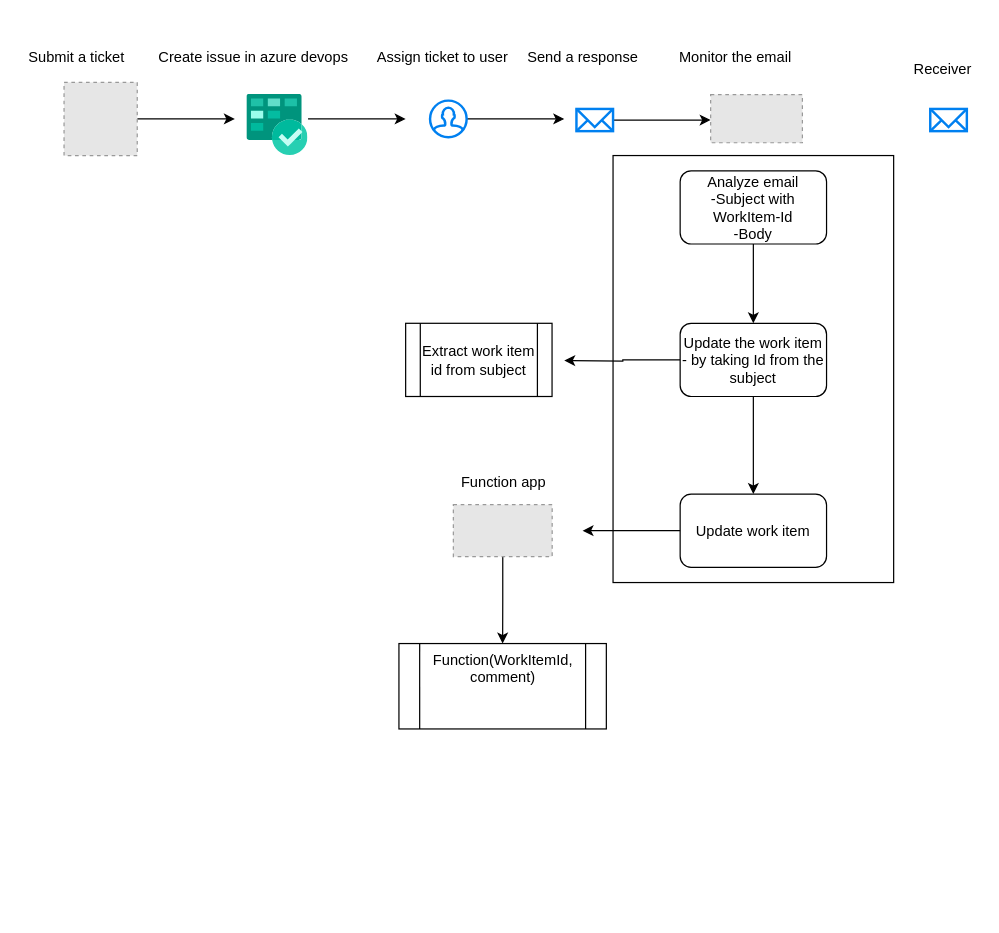
The draw.io diagram Docs/Untitled Diagram.drawio in aksh-h/Diagrams, before the edit. Source tidied: cells renumbered, new cells numbered last; positions are measured from the earlier drawing's top-left corner, leaving out a move shared by most shapes. Both pictures are drawn from the tidied source at 122%, with x=0, y=0 at pixel (21, 45). Pictures stored in the file or linked from it are replaced by grey dashed boxes.
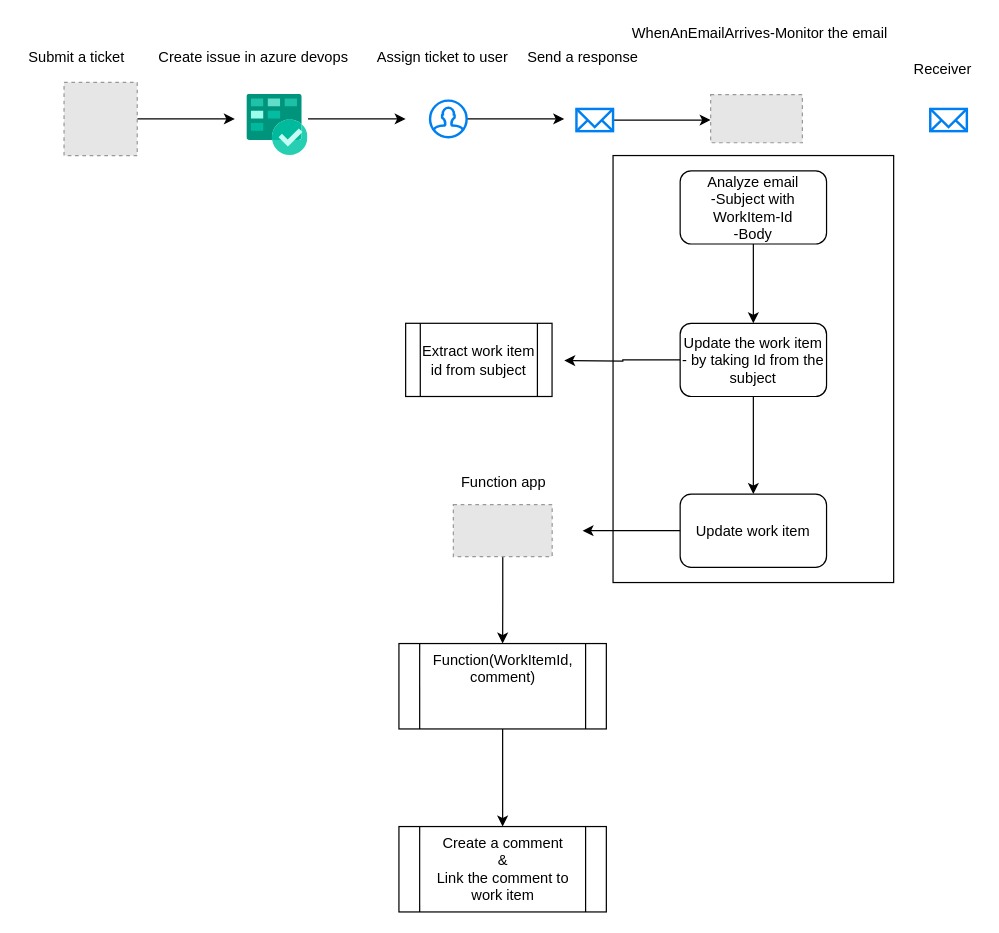
Above is the later version.

Unchanged cells that the change refers to:
```xml
<mxCell id="29" value="Function(WorkItemId, comment)" style="shape=process;whiteSpace=wrap;html=1;backgroundOutline=1;verticalAlign=top;labelBackgroundColor=#ffffff;" parent="1" vertex="1">
  <mxGeometry x="309.5" y="490" width="170" height="70" as="geometry" />
</mxCell>
```

What changed in the source:
```diff
@@
-    <mxCell id="16" value="Monitor the email" style="text;html=1;align=center;verticalAlign=middle;strokeColor=none;" parent="1" vertex="1">
-      <mxGeometry x="530.2" width="110" height="20" as="geometry" />
+    <mxCell id="16" value="WhenAnEmailArrives-Monitor the email" style="text;html=1;align=center;verticalAlign=middle;strokeColor=none;" parent="1" vertex="1">
+      <mxGeometry x="495" y="-20" width="220" height="20" as="geometry" />
     </mxCell>
@@
+    <mxCell id="31" style="edgeStyle=orthogonalEdgeStyle;rounded=0;jettySize=auto;html=1;" parent="1" edge="1" source="29" target="32">
+      <mxGeometry relative="1" as="geometry" />
+    </mxCell>
@@
+    <mxCell id="32" value="Create a comment&lt;br&gt;&amp;amp;&lt;br&gt;Link the comment to work item" style="shape=process;whiteSpace=wrap;html=1;backgroundOutline=1;verticalAlign=top;labelBackgroundColor=#ffffff;" parent="1" vertex="1">
+      <mxGeometry x="309.5" y="640" width="170" height="70" as="geometry" />
+    </mxCell>
```
